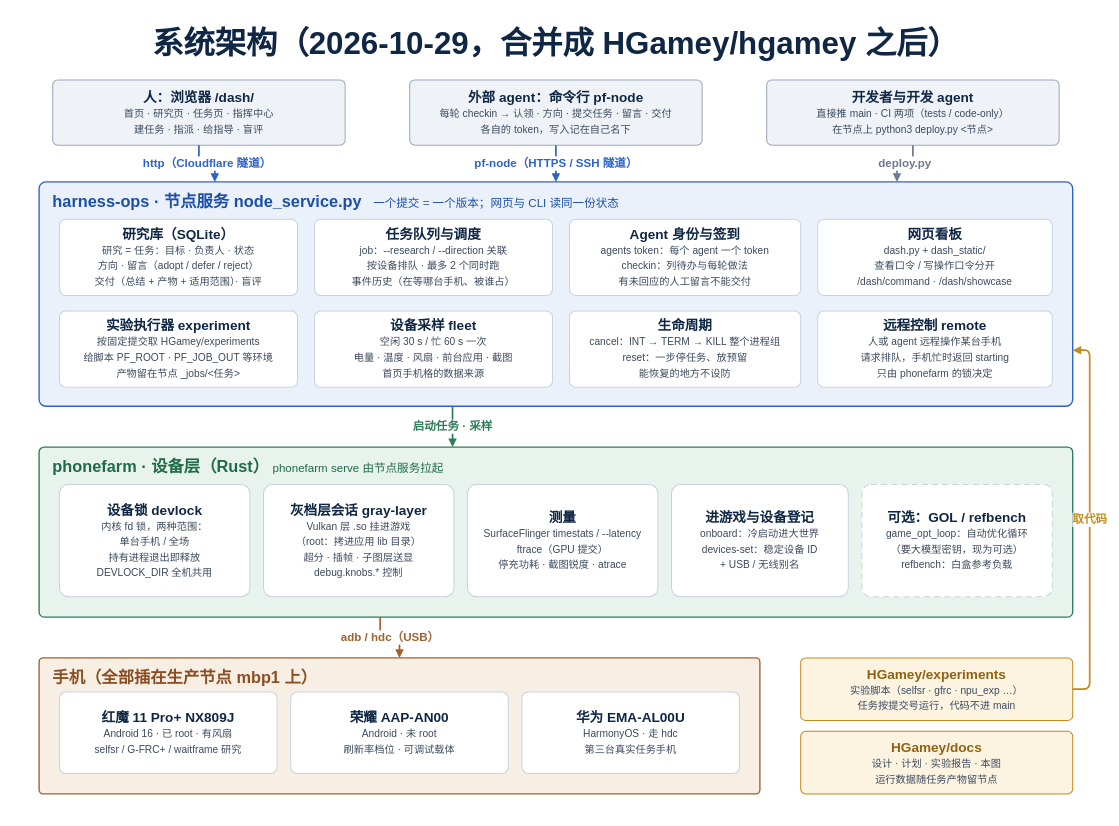
Above: diagrams/07-architecture.drawio in HGamey/docs (draw.io), before the change. Source tidied: cells renumbered, new cells numbered last; positions are measured from the earlier drawing's top-left corner, leaving out a move shared by most shapes. Both pictures are drawn from the tidied source at 68%, with x=0, y=0 at pixel (12, 12).
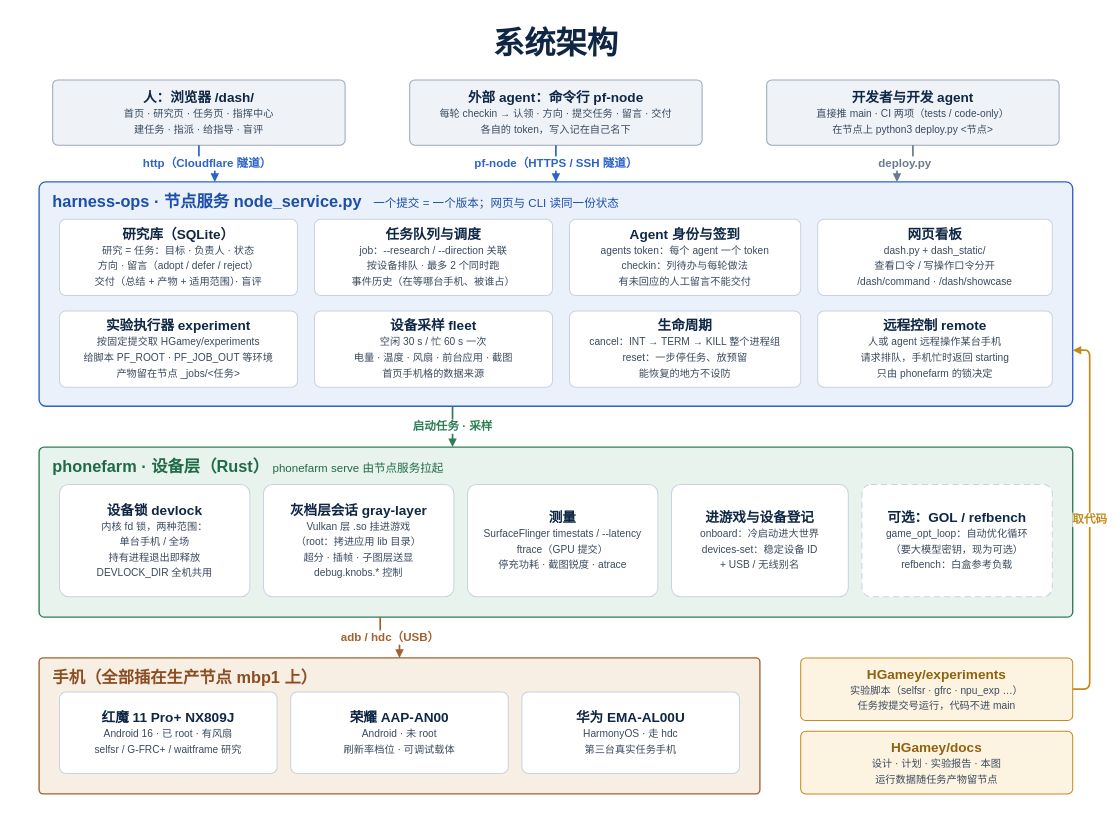
Above is the later version.

Commit message (it also covers changes not shown here):
DEPLOYMENT.md, diagrams 07/08: drop development-time detail

Change to the diagram source:
```diff
@@
-    <mxCell id="3" value="&lt;div style=&quot;font-family:PingFang SC;font-size:46px;font-weight:700;line-height:1.5;color:#0F2744&quot;&gt;系统架构（2026-10-29，合并成 HGamey/hgamey 之后）&lt;/div&gt;" style="text;html=1;whiteSpace=wrap;fillColor=none;strokeColor=none;align=center;verticalAlign=middle;" parent="1" vertex="1">
+    <mxCell id="3" value="&lt;div style=&quot;font-family:PingFang SC;font-size:46px;font-weight:700;line-height:1.5;color:#0F2744&quot;&gt;系统架构&lt;/div&gt;" style="text;html=1;whiteSpace=wrap;fillColor=none;strokeColor=none;align=center;verticalAlign=middle;" parent="1" vertex="1">
       <mxGeometry x="40" y="16" width="1520" height="60" as="geometry" />
     </mxCell>
```
